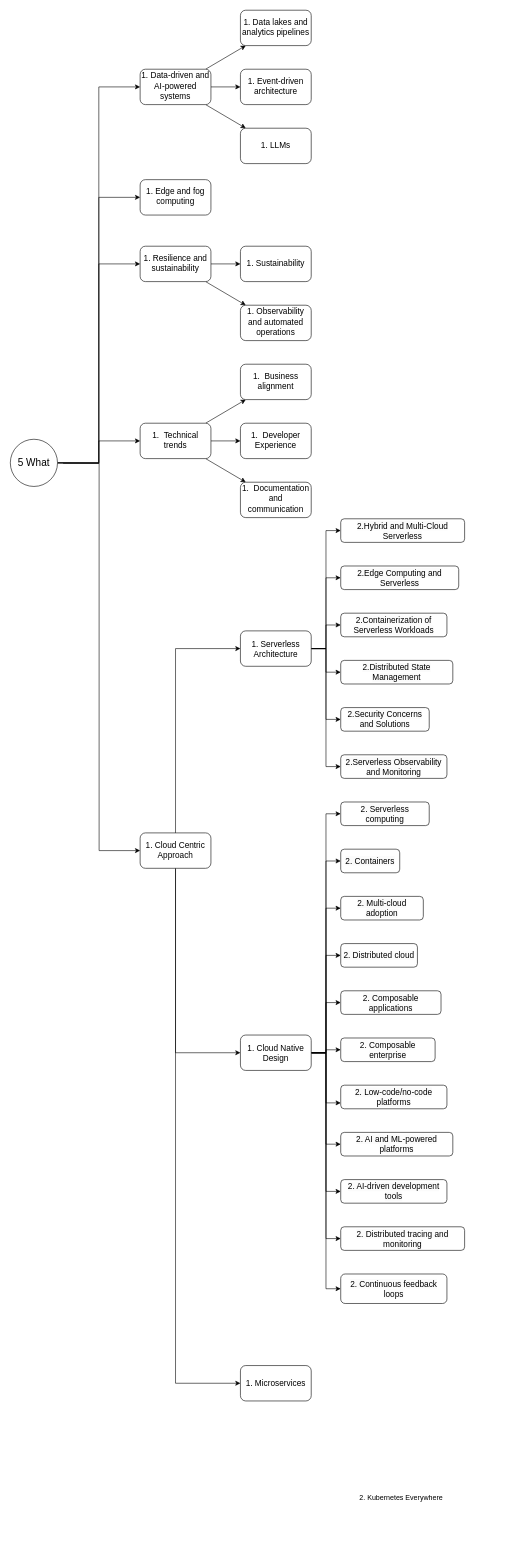
Earlier version of the draw.io diagram page "5 What" (8 of 8) of SolutionArchitectureProcess.drawio (Gaur4vGaur/probable-octo). Source tidied: cells renumbered, new cells numbered last; positions are measured from the earlier drawing's top-left corner, leaving out a move shared by most shapes. Both pictures are drawn from the tidied source at 59%, with x=0, y=0 at pixel (10, 10).
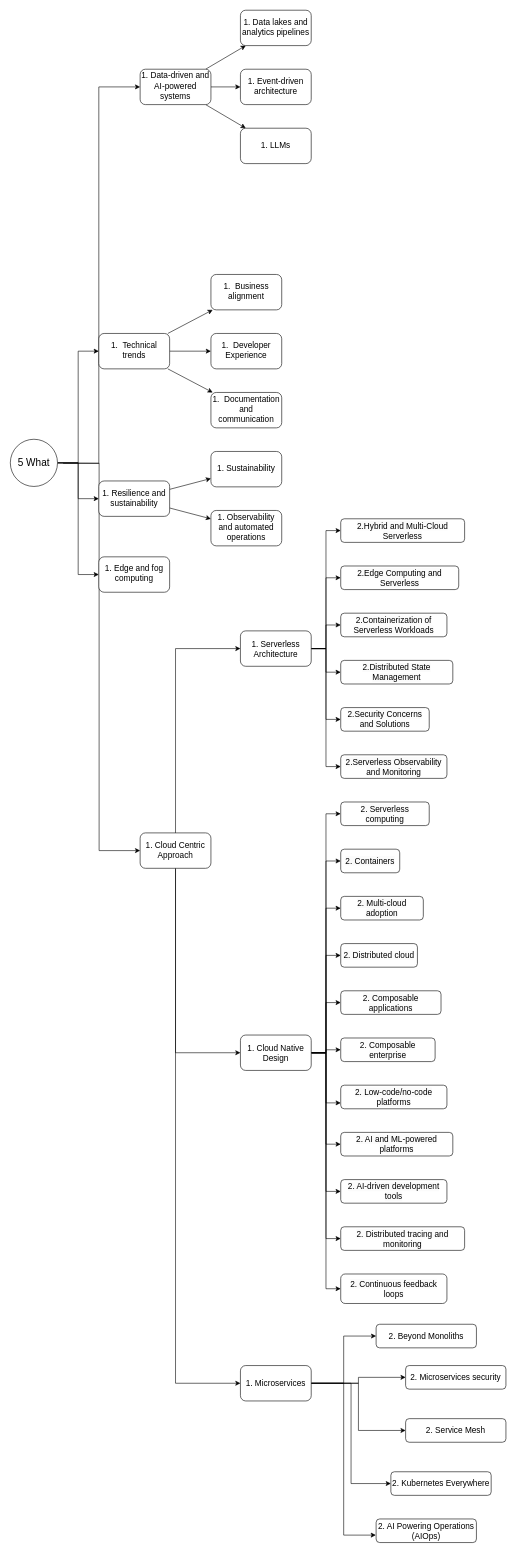
Above is the later version.

Unchanged cells that the change refers to:
```xml
<mxCell id="68" value="1. Microservices" style="rounded=1;whiteSpace=wrap;html=1;fontSize=14;" parent="1" vertex="1">
  <mxGeometry x="390" y="2297" width="120" height="60" as="geometry" />
</mxCell>
```

Change to the diagram source:
```diff
@@
     <mxCell id="37" value="1. Resilience and sustainability&lt;span style=&quot;background-color: initial;&quot;&gt;&lt;br&gt;&lt;/span&gt;&lt;ul style=&quot;--tw-border-spacing-x: 0; --tw-border-spacing-y: 0; --tw-translate-x: 0; --tw-translate-y: 0; --tw-rotate: 0; --tw-skew-x: 0; --tw-skew-y: 0; --tw-scale-x: 1; --tw-scale-y: 1; --tw-pan-x: ; --tw-pan-y: ; --tw-pinch-zoom: ; --tw-scroll-snap-strictness: proximity; --tw-ordinal: ; --tw-slashed-zero: ; --tw-numeric-figure: ; --tw-numeric-spacing: ; --tw-numeric-fraction: ; --tw-ring-inset: ; --tw-ring-offset-width: 0px; --tw-ring-offset-color: #fff; --tw-ring-color: rgb(59 130 246 / .5); --tw-ring-offset-shadow: 0 0 #0000; --tw-ring-shadow: 0 0 #0000; --tw-shadow: 0 0 #0000; --tw-shadow-colored: 0 0 #0000; --tw-blur: ; --tw-brightness: ; --tw-contrast: ; --tw-grayscale: ; --tw-hue-rotate: ; --tw-invert: ; --tw-saturate: ; --tw-sepia: ; --tw-drop-shadow: ; --tw-backdrop-blur: ; --tw-backdrop-brightness: ; --tw-backdrop-contrast: ; --tw-backdrop-grayscale: ; --tw-backdrop-hue-rotate: ; --tw-backdrop-invert: ; --tw-backdrop-opacity: ; --tw-backdrop-saturate: ; --tw-backdrop-sepia: ; margin: 4px 0px; padding-inline-start: 36px;&quot;&gt;&lt;span style=&quot;--tw-border-spacing-x: 0; --tw-border-spacing-y: 0; --tw-translate-x: 0; --tw-translate-y: 0; --tw-rotate: 0; --tw-skew-x: 0; --tw-skew-y: 0; --tw-scale-x: 1; --tw-scale-y: 1; --tw-pan-x: ; --tw-pan-y: ; --tw-pinch-zoom: ; --tw-scroll-snap-strictness: proximity; --tw-ordinal: ; --tw-slashed-zero: ; --tw-numeric-figure: ; --tw-numeric-spacing: ; --tw-numeric-fraction: ; --tw-ring-inset: ; --tw-ring-offset-width: 0px; --tw-ring-offset-color: #fff; --tw-ring-color: rgb(59 130 246 / .5); --tw-ring-offset-shadow: 0 0 #0000; --tw-ring-shadow: 0 0 #0000; --tw-shadow: 0 0 #0000; --tw-shadow-colored: 0 0 #0000; --tw-blur: ; --tw-brightness: ; --tw-contrast: ; --tw-grayscale: ; --tw-hue-rotate: ; --tw-invert: ; --tw-saturate: ; --tw-sepia: ; --tw-drop-shadow: ; --tw-backdrop-blur: ; --tw-backdrop-brightness: ; --tw-backdrop-contrast: ; --tw-backdrop-grayscale: ; --tw-backdrop-hue-rotate: ; --tw-backdrop-invert: ; --tw-backdrop-opacity: ; --tw-backdrop-saturate: ; --tw-backdrop-sepia: ; color: rgb(227, 227, 227); font-family: &amp;quot;Google Sans&amp;quot;, &amp;quot;Helvetica Neue&amp;quot;, sans-serif; font-size: 16px; text-align: start; background-color: rgb(19, 19, 20);&quot;&gt;&lt;/span&gt;&lt;/ul&gt;" style="rounded=1;whiteSpace=wrap;html=1;fontSize=14;" parent="1" vertex="1">
-      <mxGeometry x="220" y="399.8" width="120" height="60" as="geometry" />
+      <mxGeometry x="150" y="797.7" width="120" height="60" as="geometry" />
     </mxCell>
@@
     <mxCell id="41" value="1.&amp;nbsp;&amp;nbsp;Technical trends&lt;span style=&quot;background-color: initial;&quot;&gt;&lt;br&gt;&lt;/span&gt;&lt;ul style=&quot;--tw-border-spacing-x: 0; --tw-border-spacing-y: 0; --tw-translate-x: 0; --tw-translate-y: 0; --tw-rotate: 0; --tw-skew-x: 0; --tw-skew-y: 0; --tw-scale-x: 1; --tw-scale-y: 1; --tw-pan-x: ; --tw-pan-y: ; --tw-pinch-zoom: ; --tw-scroll-snap-strictness: proximity; --tw-ordinal: ; --tw-slashed-zero: ; --tw-numeric-figure: ; --tw-numeric-spacing: ; --tw-numeric-fraction: ; --tw-ring-inset: ; --tw-ring-offset-width: 0px; --tw-ring-offset-color: #fff; --tw-ring-color: rgb(59 130 246 / .5); --tw-ring-offset-shadow: 0 0 #0000; --tw-ring-shadow: 0 0 #0000; --tw-shadow: 0 0 #0000; --tw-shadow-colored: 0 0 #0000; --tw-blur: ; --tw-brightness: ; --tw-contrast: ; --tw-grayscale: ; --tw-hue-rotate: ; --tw-invert: ; --tw-saturate: ; --tw-sepia: ; --tw-drop-shadow: ; --tw-backdrop-blur: ; --tw-backdrop-brightness: ; --tw-backdrop-contrast: ; --tw-backdrop-grayscale: ; --tw-backdrop-hue-rotate: ; --tw-backdrop-invert: ; --tw-backdrop-opacity: ; --tw-backdrop-saturate: ; --tw-backdrop-sepia: ; margin: 4px 0px; padding-inline-start: 36px;&quot;&gt;&lt;span style=&quot;--tw-border-spacing-x: 0; --tw-border-spacing-y: 0; --tw-translate-x: 0; --tw-translate-y: 0; --tw-rotate: 0; --tw-skew-x: 0; --tw-skew-y: 0; --tw-scale-x: 1; --tw-scale-y: 1; --tw-pan-x: ; --tw-pan-y: ; --tw-pinch-zoom: ; --tw-scroll-snap-strictness: proximity; --tw-ordinal: ; --tw-slashed-zero: ; --tw-numeric-figure: ; --tw-numeric-spacing: ; --tw-numeric-fraction: ; --tw-ring-inset: ; --tw-ring-offset-width: 0px; --tw-ring-offset-color: #fff; --tw-ring-color: rgb(59 130 246 / .5); --tw-ring-offset-shadow: 0 0 #0000; --tw-ring-shadow: 0 0 #0000; --tw-shadow: 0 0 #0000; --tw-shadow-colored: 0 0 #0000; --tw-blur: ; --tw-brightness: ; --tw-contrast: ; --tw-grayscale: ; --tw-hue-rotate: ; --tw-invert: ; --tw-saturate: ; --tw-sepia: ; --tw-drop-shadow: ; --tw-backdrop-blur: ; --tw-backdrop-brightness: ; --tw-backdrop-contrast: ; --tw-backdrop-grayscale: ; --tw-backdrop-hue-rotate: ; --tw-backdrop-invert: ; --tw-backdrop-opacity: ; --tw-backdrop-saturate: ; --tw-backdrop-sepia: ; color: rgb(227, 227, 227); font-family: &amp;quot;Google Sans&amp;quot;, &amp;quot;Helvetica Neue&amp;quot;, sans-serif; font-size: 16px; text-align: start; background-color: rgb(19, 19, 20);&quot;&gt;&lt;/span&gt;&lt;/ul&gt;" style="rounded=1;whiteSpace=wrap;html=1;fontSize=14;" parent="1" vertex="1">
-      <mxGeometry x="220" y="699.8" width="120" height="60" as="geometry" />
+      <mxGeometry x="150" y="547.7" width="120" height="60" as="geometry" />
     </mxCell>
@@
     <mxCell id="45" value="1. Sustainability&lt;span style=&quot;background-color: initial;&quot;&gt;&lt;br&gt;&lt;/span&gt;&lt;ul style=&quot;--tw-border-spacing-x: 0; --tw-border-spacing-y: 0; --tw-translate-x: 0; --tw-translate-y: 0; --tw-rotate: 0; --tw-skew-x: 0; --tw-skew-y: 0; --tw-scale-x: 1; --tw-scale-y: 1; --tw-pan-x: ; --tw-pan-y: ; --tw-pinch-zoom: ; --tw-scroll-snap-strictness: proximity; --tw-ordinal: ; --tw-slashed-zero: ; --tw-numeric-figure: ; --tw-numeric-spacing: ; --tw-numeric-fraction: ; --tw-ring-inset: ; --tw-ring-offset-width: 0px; --tw-ring-offset-color: #fff; --tw-ring-color: rgb(59 130 246 / .5); --tw-ring-offset-shadow: 0 0 #0000; --tw-ring-shadow: 0 0 #0000; --tw-shadow: 0 0 #0000; --tw-shadow-colored: 0 0 #0000; --tw-blur: ; --tw-brightness: ; --tw-contrast: ; --tw-grayscale: ; --tw-hue-rotate: ; --tw-invert: ; --tw-saturate: ; --tw-sepia: ; --tw-drop-shadow: ; --tw-backdrop-blur: ; --tw-backdrop-brightness: ; --tw-backdrop-contrast: ; --tw-backdrop-grayscale: ; --tw-backdrop-hue-rotate: ; --tw-backdrop-invert: ; --tw-backdrop-opacity: ; --tw-backdrop-saturate: ; --tw-backdrop-sepia: ; margin: 4px 0px; padding-inline-start: 36px;&quot;&gt;&lt;span style=&quot;--tw-border-spacing-x: 0; --tw-border-spacing-y: 0; --tw-translate-x: 0; --tw-translate-y: 0; --tw-rotate: 0; --tw-skew-x: 0; --tw-skew-y: 0; --tw-scale-x: 1; --tw-scale-y: 1; --tw-pan-x: ; --tw-pan-y: ; --tw-pinch-zoom: ; --tw-scroll-snap-strictness: proximity; --tw-ordinal: ; --tw-slashed-zero: ; --tw-numeric-figure: ; --tw-numeric-spacing: ; --tw-numeric-fraction: ; --tw-ring-inset: ; --tw-ring-offset-width: 0px; --tw-ring-offset-color: #fff; --tw-ring-color: rgb(59 130 246 / .5); --tw-ring-offset-shadow: 0 0 #0000; --tw-ring-shadow: 0 0 #0000; --tw-shadow: 0 0 #0000; --tw-shadow-colored: 0 0 #0000; --tw-blur: ; --tw-brightness: ; --tw-contrast: ; --tw-grayscale: ; --tw-hue-rotate: ; --tw-invert: ; --tw-saturate: ; --tw-sepia: ; --tw-drop-shadow: ; --tw-backdrop-blur: ; --tw-backdrop-brightness: ; --tw-backdrop-contrast: ; --tw-backdrop-grayscale: ; --tw-backdrop-hue-rotate: ; --tw-backdrop-invert: ; --tw-backdrop-opacity: ; --tw-backdrop-saturate: ; --tw-backdrop-sepia: ; color: rgb(227, 227, 227); font-family: &amp;quot;Google Sans&amp;quot;, &amp;quot;Helvetica Neue&amp;quot;, sans-serif; font-size: 16px; text-align: start; background-color: rgb(19, 19, 20);&quot;&gt;&lt;/span&gt;&lt;/ul&gt;" style="rounded=1;whiteSpace=wrap;html=1;fontSize=14;" parent="1" vertex="1">
-      <mxGeometry x="390" y="399.8" width="120" height="60" as="geometry" />
+      <mxGeometry x="340" y="747.7" width="120" height="60" as="geometry" />
     </mxCell>
     <mxCell id="46" value="1.&amp;nbsp;Observability and automated operations&lt;span style=&quot;background-color: initial;&quot;&gt;&lt;br&gt;&lt;/span&gt;&lt;ul style=&quot;--tw-border-spacing-x: 0; --tw-border-spacing-y: 0; --tw-translate-x: 0; --tw-translate-y: 0; --tw-rotate: 0; --tw-skew-x: 0; --tw-skew-y: 0; --tw-scale-x: 1; --tw-scale-y: 1; --tw-pan-x: ; --tw-pan-y: ; --tw-pinch-zoom: ; --tw-scroll-snap-strictness: proximity; --tw-ordinal: ; --tw-slashed-zero: ; --tw-numeric-figure: ; --tw-numeric-spacing: ; --tw-numeric-fraction: ; --tw-ring-inset: ; --tw-ring-offset-width: 0px; --tw-ring-offset-color: #fff; --tw-ring-color: rgb(59 130 246 / .5); --tw-ring-offset-shadow: 0 0 #0000; --tw-ring-shadow: 0 0 #0000; --tw-shadow: 0 0 #0000; --tw-shadow-colored: 0 0 #0000; --tw-blur: ; --tw-brightness: ; --tw-contrast: ; --tw-grayscale: ; --tw-hue-rotate: ; --tw-invert: ; --tw-saturate: ; --tw-sepia: ; --tw-drop-shadow: ; --tw-backdrop-blur: ; --tw-backdrop-brightness: ; --tw-backdrop-contrast: ; --tw-backdrop-grayscale: ; --tw-backdrop-hue-rotate: ; --tw-backdrop-invert: ; --tw-backdrop-opacity: ; --tw-backdrop-saturate: ; --tw-backdrop-sepia: ; margin: 4px 0px; padding-inline-start: 36px;&quot;&gt;&lt;span style=&quot;--tw-border-spacing-x: 0; --tw-border-spacing-y: 0; --tw-translate-x: 0; --tw-translate-y: 0; --tw-rotate: 0; --tw-skew-x: 0; --tw-skew-y: 0; --tw-scale-x: 1; --tw-scale-y: 1; --tw-pan-x: ; --tw-pan-y: ; --tw-pinch-zoom: ; --tw-scroll-snap-strictness: proximity; --tw-ordinal: ; --tw-slashed-zero: ; --tw-numeric-figure: ; --tw-numeric-spacing: ; --tw-numeric-fraction: ; --tw-ring-inset: ; --tw-ring-offset-width: 0px; --tw-ring-offset-color: #fff; --tw-ring-color: rgb(59 130 246 / .5); --tw-ring-offset-shadow: 0 0 #0000; --tw-ring-shadow: 0 0 #0000; --tw-shadow: 0 0 #0000; --tw-shadow-colored: 0 0 #0000; --tw-blur: ; --tw-brightness: ; --tw-contrast: ; --tw-grayscale: ; --tw-hue-rotate: ; --tw-invert: ; --tw-saturate: ; --tw-sepia: ; --tw-drop-shadow: ; --tw-backdrop-blur: ; --tw-backdrop-brightness: ; --tw-backdrop-contrast: ; --tw-backdrop-grayscale: ; --tw-backdrop-hue-rotate: ; --tw-backdrop-invert: ; --tw-backdrop-opacity: ; --tw-backdrop-saturate: ; --tw-backdrop-sepia: ; color: rgb(227, 227, 227); font-family: &amp;quot;Google Sans&amp;quot;, &amp;quot;Helvetica Neue&amp;quot;, sans-serif; font-size: 16px; text-align: start; background-color: rgb(19, 19, 20);&quot;&gt;&lt;/span&gt;&lt;/ul&gt;" style="rounded=1;whiteSpace=wrap;html=1;fontSize=14;" parent="1" vertex="1">
-      <mxGeometry x="390" y="499.8" width="120" height="60" as="geometry" />
+      <mxGeometry x="340" y="847.7" width="120" height="60" as="geometry" />
     </mxCell>
     <mxCell id="47" value="1.&amp;nbsp;&amp;nbsp;Business alignment&lt;span style=&quot;background-color: initial;&quot;&gt;&lt;br&gt;&lt;/span&gt;&lt;ul style=&quot;--tw-border-spacing-x: 0; --tw-border-spacing-y: 0; --tw-translate-x: 0; --tw-translate-y: 0; --tw-rotate: 0; --tw-skew-x: 0; --tw-skew-y: 0; --tw-scale-x: 1; --tw-scale-y: 1; --tw-pan-x: ; --tw-pan-y: ; --tw-pinch-zoom: ; --tw-scroll-snap-strictness: proximity; --tw-ordinal: ; --tw-slashed-zero: ; --tw-numeric-figure: ; --tw-numeric-spacing: ; --tw-numeric-fraction: ; --tw-ring-inset: ; --tw-ring-offset-width: 0px; --tw-ring-offset-color: #fff; --tw-ring-color: rgb(59 130 246 / .5); --tw-ring-offset-shadow: 0 0 #0000; --tw-ring-shadow: 0 0 #0000; --tw-shadow: 0 0 #0000; --tw-shadow-colored: 0 0 #0000; --tw-blur: ; --tw-brightness: ; --tw-contrast: ; --tw-grayscale: ; --tw-hue-rotate: ; --tw-invert: ; --tw-saturate: ; --tw-sepia: ; --tw-drop-shadow: ; --tw-backdrop-blur: ; --tw-backdrop-brightness: ; --tw-backdrop-contrast: ; --tw-backdrop-grayscale: ; --tw-backdrop-hue-rotate: ; --tw-backdrop-invert: ; --tw-backdrop-opacity: ; --tw-backdrop-saturate: ; --tw-backdrop-sepia: ; margin: 4px 0px; padding-inline-start: 36px;&quot;&gt;&lt;span style=&quot;--tw-border-spacing-x: 0; --tw-border-spacing-y: 0; --tw-translate-x: 0; --tw-translate-y: 0; --tw-rotate: 0; --tw-skew-x: 0; --tw-skew-y: 0; --tw-scale-x: 1; --tw-scale-y: 1; --tw-pan-x: ; --tw-pan-y: ; --tw-pinch-zoom: ; --tw-scroll-snap-strictness: proximity; --tw-ordinal: ; --tw-slashed-zero: ; --tw-numeric-figure: ; --tw-numeric-spacing: ; --tw-numeric-fraction: ; --tw-ring-inset: ; --tw-ring-offset-width: 0px; --tw-ring-offset-color: #fff; --tw-ring-color: rgb(59 130 246 / .5); --tw-ring-offset-shadow: 0 0 #0000; --tw-ring-shadow: 0 0 #0000; --tw-shadow: 0 0 #0000; --tw-shadow-colored: 0 0 #0000; --tw-blur: ; --tw-brightness: ; --tw-contrast: ; --tw-grayscale: ; --tw-hue-rotate: ; --tw-invert: ; --tw-saturate: ; --tw-sepia: ; --tw-drop-shadow: ; --tw-backdrop-blur: ; --tw-backdrop-brightness: ; --tw-backdrop-contrast: ; --tw-backdrop-grayscale: ; --tw-backdrop-hue-rotate: ; --tw-backdrop-invert: ; --tw-backdrop-opacity: ; --tw-backdrop-saturate: ; --tw-backdrop-sepia: ; color: rgb(227, 227, 227); font-family: &amp;quot;Google Sans&amp;quot;, &amp;quot;Helvetica Neue&amp;quot;, sans-serif; font-size: 16px; text-align: start; background-color: rgb(19, 19, 20);&quot;&gt;&lt;/span&gt;&lt;/ul&gt;" style="rounded=1;whiteSpace=wrap;html=1;fontSize=14;" parent="1" vertex="1">
-      <mxGeometry x="390" y="599.8" width="120" height="60" as="geometry" />
+      <mxGeometry x="340" y="447.7" width="120" height="60" as="geometry" />
     </mxCell>
     <mxCell id="48" value="1.&amp;nbsp;&amp;nbsp;Developer Experience&lt;span style=&quot;background-color: initial;&quot;&gt;&lt;br&gt;&lt;/span&gt;&lt;ul style=&quot;--tw-border-spacing-x: 0; --tw-border-spacing-y: 0; --tw-translate-x: 0; --tw-translate-y: 0; --tw-rotate: 0; --tw-skew-x: 0; --tw-skew-y: 0; --tw-scale-x: 1; --tw-scale-y: 1; --tw-pan-x: ; --tw-pan-y: ; --tw-pinch-zoom: ; --tw-scroll-snap-strictness: proximity; --tw-ordinal: ; --tw-slashed-zero: ; --tw-numeric-figure: ; --tw-numeric-spacing: ; --tw-numeric-fraction: ; --tw-ring-inset: ; --tw-ring-offset-width: 0px; --tw-ring-offset-color: #fff; --tw-ring-color: rgb(59 130 246 / .5); --tw-ring-offset-shadow: 0 0 #0000; --tw-ring-shadow: 0 0 #0000; --tw-shadow: 0 0 #0000; --tw-shadow-colored: 0 0 #0000; --tw-blur: ; --tw-brightness: ; --tw-contrast: ; --tw-grayscale: ; --tw-hue-rotate: ; --tw-invert: ; --tw-saturate: ; --tw-sepia: ; --tw-drop-shadow: ; --tw-backdrop-blur: ; --tw-backdrop-brightness: ; --tw-backdrop-contrast: ; --tw-backdrop-grayscale: ; --tw-backdrop-hue-rotate: ; --tw-backdrop-invert: ; --tw-backdrop-opacity: ; --tw-backdrop-saturate: ; --tw-backdrop-sepia: ; margin: 4px 0px; padding-inline-start: 36px;&quot;&gt;&lt;span style=&quot;--tw-border-spacing-x: 0; --tw-border-spacing-y: 0; --tw-translate-x: 0; --tw-translate-y: 0; --tw-rotate: 0; --tw-skew-x: 0; --tw-skew-y: 0; --tw-scale-x: 1; --tw-scale-y: 1; --tw-pan-x: ; --tw-pan-y: ; --tw-pinch-zoom: ; --tw-scroll-snap-strictness: proximity; --tw-ordinal: ; --tw-slashed-zero: ; --tw-numeric-figure: ; --tw-numeric-spacing: ; --tw-numeric-fraction: ; --tw-ring-inset: ; --tw-ring-offset-width: 0px; --tw-ring-offset-color: #fff; --tw-ring-color: rgb(59 130 246 / .5); --tw-ring-offset-shadow: 0 0 #0000; --tw-ring-shadow: 0 0 #0000; --tw-shadow: 0 0 #0000; --tw-shadow-colored: 0 0 #0000; --tw-blur: ; --tw-brightness: ; --tw-contrast: ; --tw-grayscale: ; --tw-hue-rotate: ; --tw-invert: ; --tw-saturate: ; --tw-sepia: ; --tw-drop-shadow: ; --tw-backdrop-blur: ; --tw-backdrop-brightness: ; --tw-backdrop-contrast: ; --tw-backdrop-grayscale: ; --tw-backdrop-hue-rotate: ; --tw-backdrop-invert: ; --tw-backdrop-opacity: ; --tw-backdrop-saturate: ; --tw-backdrop-sepia: ; color: rgb(227, 227, 227); font-family: &amp;quot;Google Sans&amp;quot;, &amp;quot;Helvetica Neue&amp;quot;, sans-serif; font-size: 16px; text-align: start; background-color: rgb(19, 19, 20);&quot;&gt;&lt;/span&gt;&lt;/ul&gt;" style="rounded=1;whiteSpace=wrap;html=1;fontSize=14;" parent="1" vertex="1">
-      <mxGeometry x="390" y="699.8" width="120" height="60" as="geometry" />
+      <mxGeometry x="340" y="547.7" width="120" height="60" as="geometry" />
     </mxCell>
     <mxCell id="49" value="1.&amp;nbsp;&amp;nbsp;Documentation and communication&lt;span style=&quot;background-color: initial;&quot;&gt;&lt;br&gt;&lt;/span&gt;&lt;ul style=&quot;--tw-border-spacing-x: 0; --tw-border-spacing-y: 0; --tw-translate-x: 0; --tw-translate-y: 0; --tw-rotate: 0; --tw-skew-x: 0; --tw-skew-y: 0; --tw-scale-x: 1; --tw-scale-y: 1; --tw-pan-x: ; --tw-pan-y: ; --tw-pinch-zoom: ; --tw-scroll-snap-strictness: proximity; --tw-ordinal: ; --tw-slashed-zero: ; --tw-numeric-figure: ; --tw-numeric-spacing: ; --tw-numeric-fraction: ; --tw-ring-inset: ; --tw-ring-offset-width: 0px; --tw-ring-offset-color: #fff; --tw-ring-color: rgb(59 130 246 / .5); --tw-ring-offset-shadow: 0 0 #0000; --tw-ring-shadow: 0 0 #0000; --tw-shadow: 0 0 #0000; --tw-shadow-colored: 0 0 #0000; --tw-blur: ; --tw-brightness: ; --tw-contrast: ; --tw-grayscale: ; --tw-hue-rotate: ; --tw-invert: ; --tw-saturate: ; --tw-sepia: ; --tw-drop-shadow: ; --tw-backdrop-blur: ; --tw-backdrop-brightness: ; --tw-backdrop-contrast: ; --tw-backdrop-grayscale: ; --tw-backdrop-hue-rotate: ; --tw-backdrop-invert: ; --tw-backdrop-opacity: ; --tw-backdrop-saturate: ; --tw-backdrop-sepia: ; margin: 4px 0px; padding-inline-start: 36px;&quot;&gt;&lt;span style=&quot;--tw-border-spacing-x: 0; --tw-border-spacing-y: 0; --tw-translate-x: 0; --tw-translate-y: 0; --tw-rotate: 0; --tw-skew-x: 0; --tw-skew-y: 0; --tw-scale-x: 1; --tw-scale-y: 1; --tw-pan-x: ; --tw-pan-y: ; --tw-pinch-zoom: ; --tw-scroll-snap-strictness: proximity; --tw-ordinal: ; --tw-slashed-zero: ; --tw-numeric-figure: ; --tw-numeric-spacing: ; --tw-numeric-fraction: ; --tw-ring-inset: ; --tw-ring-offset-width: 0px; --tw-ring-offset-color: #fff; --tw-ring-color: rgb(59 130 246 / .5); --tw-ring-offset-shadow: 0 0 #0000; --tw-ring-shadow: 0 0 #0000; --tw-shadow: 0 0 #0000; --tw-shadow-colored: 0 0 #0000; --tw-blur: ; --tw-brightness: ; --tw-contrast: ; --tw-grayscale: ; --tw-hue-rotate: ; --tw-invert: ; --tw-saturate: ; --tw-sepia: ; --tw-drop-shadow: ; --tw-backdrop-blur: ; --tw-backdrop-brightness: ; --tw-backdrop-contrast: ; --tw-backdrop-grayscale: ; --tw-backdrop-hue-rotate: ; --tw-backdrop-invert: ; --tw-backdrop-opacity: ; --tw-backdrop-saturate: ; --tw-backdrop-sepia: ; color: rgb(227, 227, 227); font-family: &amp;quot;Google Sans&amp;quot;, &amp;quot;Helvetica Neue&amp;quot;, sans-serif; font-size: 16px; text-align: start; background-color: rgb(19, 19, 20);&quot;&gt;&lt;/span&gt;&lt;/ul&gt;" style="rounded=1;whiteSpace=wrap;html=1;fontSize=14;" parent="1" vertex="1">
-      <mxGeometry x="390" y="799.8" width="120" height="60" as="geometry" />
+      <mxGeometry x="340" y="647.7" width="120" height="60" as="geometry" />
     </mxCell>
@@
     <mxCell id="67" value="1. Edge and fog computing&lt;span style=&quot;background-color: initial;&quot;&gt;&lt;br&gt;&lt;/span&gt;&lt;ul style=&quot;--tw-border-spacing-x: 0; --tw-border-spacing-y: 0; --tw-translate-x: 0; --tw-translate-y: 0; --tw-rotate: 0; --tw-skew-x: 0; --tw-skew-y: 0; --tw-scale-x: 1; --tw-scale-y: 1; --tw-pan-x: ; --tw-pan-y: ; --tw-pinch-zoom: ; --tw-scroll-snap-strictness: proximity; --tw-ordinal: ; --tw-slashed-zero: ; --tw-numeric-figure: ; --tw-numeric-spacing: ; --tw-numeric-fraction: ; --tw-ring-inset: ; --tw-ring-offset-width: 0px; --tw-ring-offset-color: #fff; --tw-ring-color: rgb(59 130 246 / .5); --tw-ring-offset-shadow: 0 0 #0000; --tw-ring-shadow: 0 0 #0000; --tw-shadow: 0 0 #0000; --tw-shadow-colored: 0 0 #0000; --tw-blur: ; --tw-brightness: ; --tw-contrast: ; --tw-grayscale: ; --tw-hue-rotate: ; --tw-invert: ; --tw-saturate: ; --tw-sepia: ; --tw-drop-shadow: ; --tw-backdrop-blur: ; --tw-backdrop-brightness: ; --tw-backdrop-contrast: ; --tw-backdrop-grayscale: ; --tw-backdrop-hue-rotate: ; --tw-backdrop-invert: ; --tw-backdrop-opacity: ; --tw-backdrop-saturate: ; --tw-backdrop-sepia: ; margin: 4px 0px; padding-inline-start: 36px;&quot;&gt;&lt;span style=&quot;--tw-border-spacing-x: 0; --tw-border-spacing-y: 0; --tw-translate-x: 0; --tw-translate-y: 0; --tw-rotate: 0; --tw-skew-x: 0; --tw-skew-y: 0; --tw-scale-x: 1; --tw-scale-y: 1; --tw-pan-x: ; --tw-pan-y: ; --tw-pinch-zoom: ; --tw-scroll-snap-strictness: proximity; --tw-ordinal: ; --tw-slashed-zero: ; --tw-numeric-figure: ; --tw-numeric-spacing: ; --tw-numeric-fraction: ; --tw-ring-inset: ; --tw-ring-offset-width: 0px; --tw-ring-offset-color: #fff; --tw-ring-color: rgb(59 130 246 / .5); --tw-ring-offset-shadow: 0 0 #0000; --tw-ring-shadow: 0 0 #0000; --tw-shadow: 0 0 #0000; --tw-shadow-colored: 0 0 #0000; --tw-blur: ; --tw-brightness: ; --tw-contrast: ; --tw-grayscale: ; --tw-hue-rotate: ; --tw-invert: ; --tw-saturate: ; --tw-sepia: ; --tw-drop-shadow: ; --tw-backdrop-blur: ; --tw-backdrop-brightness: ; --tw-backdrop-contrast: ; --tw-backdrop-grayscale: ; --tw-backdrop-hue-rotate: ; --tw-backdrop-invert: ; --tw-backdrop-opacity: ; --tw-backdrop-saturate: ; --tw-backdrop-sepia: ; color: rgb(227, 227, 227); font-family: &amp;quot;Google Sans&amp;quot;, &amp;quot;Helvetica Neue&amp;quot;, sans-serif; font-size: 16px; text-align: start; background-color: rgb(19, 19, 20);&quot;&gt;&lt;/span&gt;&lt;/ul&gt;" style="rounded=1;whiteSpace=wrap;html=1;fontSize=14;" parent="1" vertex="1">
-      <mxGeometry x="220" y="287" width="120" height="60" as="geometry" />
+      <mxGeometry x="150" y="926.3" width="120" height="60" as="geometry" />
     </mxCell>
+    <mxCell id="70" style="edgeStyle=orthogonalEdgeStyle;rounded=0;jettySize=auto;html=1;entryX=0;entryY=0.5;entryDx=0;entryDy=0;" parent="1" edge="1" source="68" target="69">
+      <mxGeometry relative="1" as="geometry" />
+    </mxCell>
+    <mxCell id="71" style="edgeStyle=orthogonalEdgeStyle;rounded=0;jettySize=auto;html=1;entryX=0;entryY=0.5;entryDx=0;entryDy=0;" parent="1" edge="1" source="68" target="76">
+      <mxGeometry relative="1" as="geometry" />
+    </mxCell>
+    <mxCell id="72" style="edgeStyle=orthogonalEdgeStyle;rounded=0;jettySize=auto;html=1;entryX=0;entryY=0.5;entryDx=0;entryDy=0;" parent="1" edge="1" source="68" target="77">
+      <mxGeometry relative="1" as="geometry" />
+    </mxCell>
+    <mxCell id="73" style="edgeStyle=orthogonalEdgeStyle;rounded=0;jettySize=auto;html=1;entryX=0;entryY=0.5;entryDx=0;entryDy=0;" parent="1" edge="1" source="68" target="75">
+      <mxGeometry relative="1" as="geometry" />
+    </mxCell>
@@
-    <mxCell id="69" value="2. Kubernetes Everywhere" style="text;whiteSpace=wrap;" parent="1" vertex="1">
-      <mxGeometry x="590" y="2507" width="170" height="40" as="geometry" />
+    <mxCell id="69" value="2. Kubernetes Everywhere" style="rounded=1;whiteSpace=wrap;html=1;fontSize=14;" parent="1" vertex="1">
+      <mxGeometry x="645" y="2477" width="170" height="40" as="geometry" />
     </mxCell>
+    <mxCell id="74" value="2. AI Powering Operations (AIOps)" style="rounded=1;whiteSpace=wrap;html=1;fontSize=14;" parent="1" vertex="1">
+      <mxGeometry x="620" y="2557" width="170" height="40" as="geometry" />
+    </mxCell>
+    <mxCell id="75" value="2. Service Mesh" style="rounded=1;whiteSpace=wrap;html=1;fontSize=14;" parent="1" vertex="1">
+      <mxGeometry x="670" y="2387" width="170" height="40" as="geometry" />
+    </mxCell>
+    <mxCell id="76" value="2. Beyond Monoliths" style="rounded=1;whiteSpace=wrap;html=1;fontSize=14;" parent="1" vertex="1">
+      <mxGeometry x="620" y="2227" width="170" height="40" as="geometry" />
+    </mxCell>
+    <mxCell id="77" value="2. Microservices security" style="rounded=1;whiteSpace=wrap;html=1;fontSize=14;" parent="1" vertex="1">
+      <mxGeometry x="670" y="2297" width="170" height="40" as="geometry" />
+    </mxCell>
+    <mxCell id="78" style="edgeStyle=orthogonalEdgeStyle;rounded=0;jettySize=auto;html=1;entryX=-0.003;entryY=0.685;entryDx=0;entryDy=0;entryPerimeter=0;" parent="1" edge="1" source="68" target="74">
+      <mxGeometry relative="1" as="geometry" />
+    </mxCell>
```
